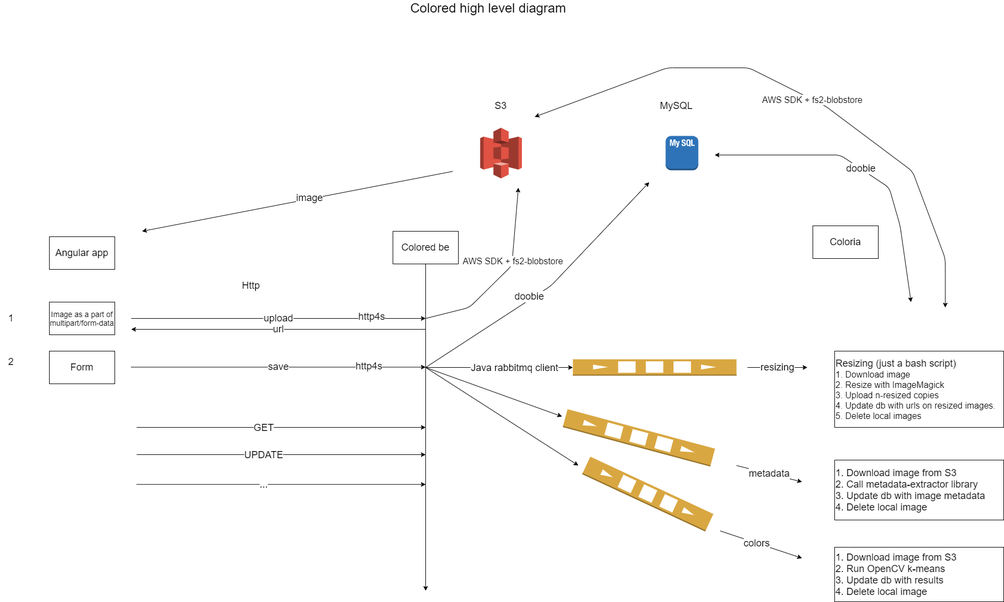
Above: media/ColoredHighLevelOverview.png in col0redby/colored-be (draw.io), before the change. Source tidied: cells renumbered, new cells last; positions are measured from the earlier drawing's top-left corner, leaving out a move shared by most shapes.
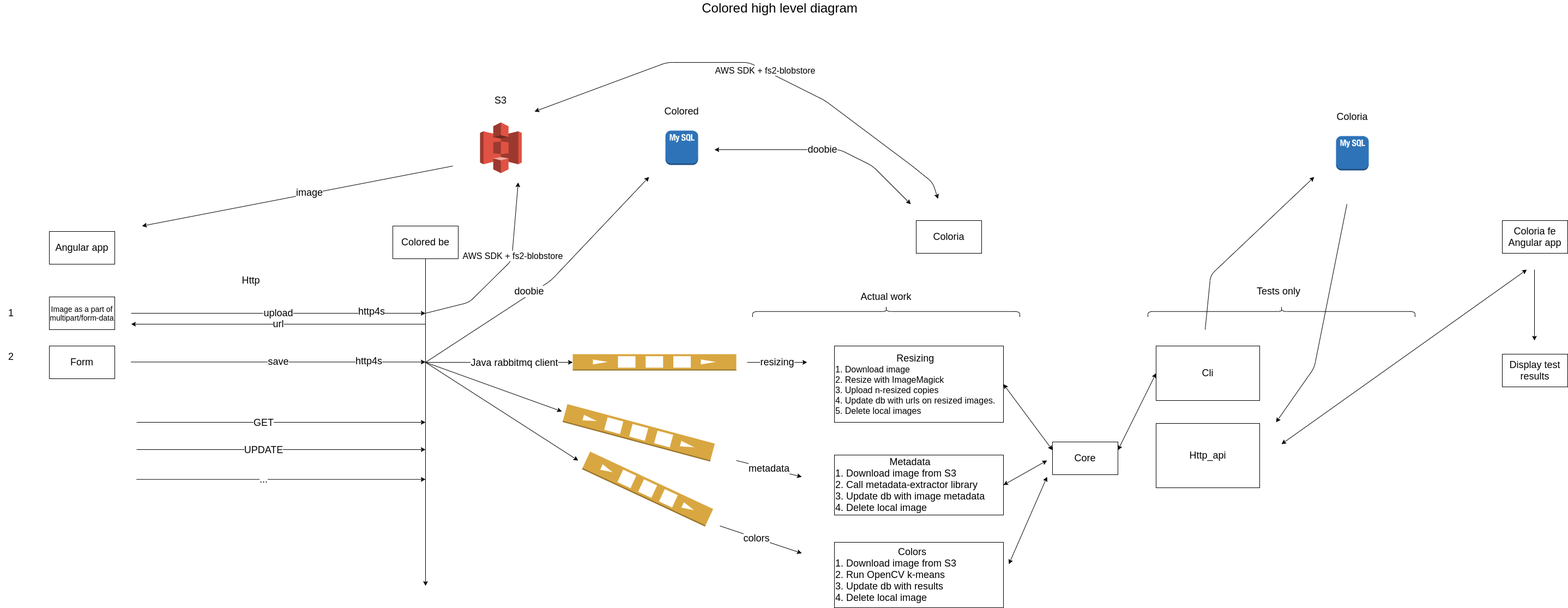
Above is the later version.

What changed in the source:
```diff
@@ -73,8 +73,8 @@
     <mxCell id="18" style="dashed=0;verticalLabelPosition=bottom;verticalAlign=top;align=center;html=1;shape=mxgraph.aws3.mysql_db_instance_2;fillColor=#2E73B8;gradientColor=none;" parent="1" vertex="1">
       <mxGeometry x="1220" y="245" width="60" height="63" as="geometry" />
     </mxCell>
-    <mxCell id="19" value="&lt;font style=&quot;font-size: 18px&quot;&gt;MySQL&lt;/font&gt;" style="text;html=1;strokeColor=none;fillColor=none;align=center;verticalAlign=middle;whiteSpace=wrap;rounded=0;" parent="1" vertex="1">
-      <mxGeometry x="1220" y="180" width="40" height="20" as="geometry" />
+    <mxCell id="19" value="&lt;span style=&quot;font-size: 18px&quot;&gt;Colored&lt;/span&gt;" style="text;html=1;strokeColor=none;fillColor=none;align=center;verticalAlign=middle;whiteSpace=wrap;rounded=0;" parent="1" vertex="1">
+      <mxGeometry x="1230" y="200" width="40" height="20" as="geometry" />
     </mxCell>
     <mxCell id="20" value="&lt;font style=&quot;font-size: 18px&quot;&gt;Form&lt;/font&gt;" style="rounded=0;whiteSpace=wrap;html=1;" parent="1" vertex="1">
       <mxGeometry x="90" y="640" width="120" height="60" as="geometry" />
@@ -92,7 +92,7 @@
       </mxGeometry>
     </mxCell>
     <mxCell id="23" value="&lt;font style=&quot;font-size: 18px&quot;&gt;Coloria&lt;/font&gt;" style="rounded=0;whiteSpace=wrap;html=1;" parent="1" vertex="1">
-      <mxGeometry x="1490" y="410" width="120" height="60" as="geometry" />
+      <mxGeometry x="1680" y="410" width="120" height="60" as="geometry" />
     </mxCell>
     <mxCell id="24" style="endArrow=classic;html=1;entryX=0;entryY=0.5;entryDx=0;entryDy=0;entryPerimeter=0;" parent="1" edge="1" target="26">
       <mxGeometry relative="1" as="geometry">
@@ -130,10 +130,10 @@
     <mxCell id="31" value="&lt;font style=&quot;font-size: 18px&quot;&gt;2&lt;/font&gt;" style="text;html=1;strokeColor=none;fillColor=none;align=center;verticalAlign=middle;whiteSpace=wrap;rounded=0;" parent="1" vertex="1">
       <mxGeometry y="650" width="40" height="20" as="geometry" />
     </mxCell>
-    <mxCell id="32" value="&lt;div&gt;&lt;span&gt;&lt;font style=&quot;font-size: 18px&quot;&gt;Resizing (just a bash script)&lt;/font&gt;&lt;/span&gt;&lt;/div&gt;&lt;div&gt;&lt;span&gt;&lt;font size=&quot;3&quot;&gt;1. Download image&lt;/font&gt;&lt;/span&gt;&lt;/div&gt;&lt;div&gt;&lt;span&gt;&lt;font size=&quot;3&quot;&gt;2. Resize with ImageMagick&lt;/font&gt;&lt;/span&gt;&lt;/div&gt;&lt;div&gt;&lt;span&gt;&lt;font size=&quot;3&quot;&gt;3. Upload n-resized copies&lt;/font&gt;&lt;/span&gt;&lt;/div&gt;&lt;div&gt;&lt;span&gt;&lt;font size=&quot;3&quot;&gt;4. Update db with urls on resized images.&lt;/font&gt;&lt;/span&gt;&lt;/div&gt;&lt;div&gt;&lt;span&gt;&lt;font size=&quot;3&quot;&gt;5. Delete local images&lt;/font&gt;&lt;/span&gt;&lt;/div&gt;" style="rounded=0;whiteSpace=wrap;html=1;align=left;" parent="1" vertex="1">
+    <mxCell id="32" value="&lt;div style=&quot;text-align: center&quot;&gt;&lt;span&gt;&lt;font style=&quot;font-size: 18px&quot;&gt;Resizing&lt;/font&gt;&lt;/span&gt;&lt;/div&gt;&lt;div&gt;&lt;span&gt;&lt;font size=&quot;3&quot;&gt;1. Download image&lt;/font&gt;&lt;/span&gt;&lt;/div&gt;&lt;div&gt;&lt;span&gt;&lt;font size=&quot;3&quot;&gt;2. Resize with ImageMagick&lt;/font&gt;&lt;/span&gt;&lt;/div&gt;&lt;div&gt;&lt;span&gt;&lt;font size=&quot;3&quot;&gt;3. Upload n-resized copies&lt;/font&gt;&lt;/span&gt;&lt;/div&gt;&lt;div&gt;&lt;span&gt;&lt;font size=&quot;3&quot;&gt;4. Update db with urls on resized images.&lt;/font&gt;&lt;/span&gt;&lt;/div&gt;&lt;div&gt;&lt;span&gt;&lt;font size=&quot;3&quot;&gt;5. Delete local images&lt;/font&gt;&lt;/span&gt;&lt;/div&gt;" style="rounded=0;whiteSpace=wrap;html=1;align=left;" parent="1" vertex="1">
       <mxGeometry x="1530" y="640" width="310" height="140" as="geometry" />
     </mxCell>
-    <mxCell id="33" value="&lt;font style=&quot;font-size: 18px&quot;&gt;1. Download image from S3&lt;br&gt;2. Call metadata-extractor library&lt;br&gt;3. Update db with image metadata&lt;br&gt;4. Delete local image&lt;/font&gt;" style="rounded=0;whiteSpace=wrap;html=1;align=left;" parent="1" vertex="1">
+    <mxCell id="33" value="&lt;div style=&quot;text-align: center&quot;&gt;&lt;span style=&quot;font-size: 18px&quot;&gt;Metadata&lt;/span&gt;&lt;/div&gt;&lt;font style=&quot;font-size: 18px&quot;&gt;1. Download image from S3&lt;br&gt;2. Call metadata-extractor library&lt;br&gt;3. Update db with image metadata&lt;br&gt;4. Delete local image&lt;/font&gt;" style="rounded=0;whiteSpace=wrap;html=1;align=left;" parent="1" vertex="1">
       <mxGeometry x="1530" y="840" width="310" height="110" as="geometry" />
     </mxCell>
     <mxCell id="34" style="dashed=0;verticalLabelPosition=bottom;verticalAlign=top;align=center;html=1;shape=mxgraph.aws3.queue;fillColor=#D9A741;gradientColor=none;rotation=15;" parent="1" vertex="1">
@@ -154,15 +154,15 @@
     <mxCell id="37" style="dashed=0;verticalLabelPosition=bottom;verticalAlign=top;align=center;html=1;shape=mxgraph.aws3.queue;fillColor=#D9A741;gradientColor=none;rotation=25;" parent="1" vertex="1">
       <mxGeometry x="1062.8" y="884.7" width="249" height="35.5" as="geometry" />
     </mxCell>
-    <mxCell id="38" value="&lt;div&gt;&lt;span style=&quot;font-size: 18px&quot;&gt;1. Download image from S3&lt;/span&gt;&lt;/div&gt;&lt;font style=&quot;font-size: 18px&quot;&gt;&lt;div&gt;&lt;span&gt;2. Run OpenCV k-means&lt;/span&gt;&lt;/div&gt;&lt;div&gt;&lt;span&gt;3. Update db with results&lt;/span&gt;&lt;/div&gt;&lt;div&gt;&lt;span&gt;4. Delete local image&lt;/span&gt;&lt;/div&gt;&lt;/font&gt;" style="rounded=0;whiteSpace=wrap;html=1;align=left;" parent="1" vertex="1">
-      <mxGeometry x="1530" y="1000" width="310" height="100" as="geometry" />
+    <mxCell id="38" value="&lt;div style=&quot;text-align: center&quot;&gt;&lt;span style=&quot;font-size: 18px&quot;&gt;&amp;nbsp; &amp;nbsp; &amp;nbsp; &amp;nbsp; &amp;nbsp; &amp;nbsp; Colors&lt;/span&gt;&lt;/div&gt;&lt;div&gt;&lt;span style=&quot;font-size: 18px&quot;&gt;1. Download image from S3&lt;/span&gt;&lt;/div&gt;&lt;font style=&quot;font-size: 18px&quot;&gt;&lt;div&gt;&lt;span&gt;2. Run OpenCV k-means&lt;/span&gt;&lt;/div&gt;&lt;div&gt;&lt;span&gt;3. Update db with results&lt;/span&gt;&lt;/div&gt;&lt;div&gt;&lt;span&gt;4. Delete local image&lt;/span&gt;&lt;/div&gt;&lt;/font&gt;" style="rounded=0;whiteSpace=wrap;html=1;align=left;" parent="1" vertex="1">
+      <mxGeometry x="1530" y="1000" width="310" height="120" as="geometry" />
     </mxCell>
     <mxCell id="39" style="endArrow=classic;startArrow=classic;html=1;" parent="1" edge="1">
       <mxGeometry relative="1" as="geometry">
-        <mxPoint x="1732.8" y="560" as="sourcePoint" />
+        <mxPoint x="1720" y="370" as="sourcePoint" />
         <mxPoint x="980" y="210" as="targetPoint" />
         <Array as="points">
-          <mxPoint x="1732.8" y="470" />
+          <mxPoint x="1710" y="340" />
           <mxPoint x="1672.8" y="310" />
           <mxPoint x="1512.8" y="190" />
           <mxPoint x="1372.8" y="120" />
@@ -175,11 +175,10 @@
     </mxCell>
     <mxCell id="41" value="&lt;font style=&quot;font-size: 18px&quot;&gt;doobie&lt;/font&gt;" style="endArrow=classic;startArrow=classic;html=1;" parent="1" edge="1">
       <mxGeometry relative="1" as="geometry">
-        <mxPoint x="1670" y="550" as="sourcePoint" />
+        <mxPoint x="1670" y="380" as="sourcePoint" />
         <mxPoint x="1310" y="280" as="targetPoint" />
         <Array as="points">
-          <mxPoint x="1650" y="410" />
-          <mxPoint x="1630" y="340" />
+          <mxPoint x="1600" y="310" />
           <mxPoint x="1540" y="280" />
         </Array>
       </mxGeometry>
@@ -212,7 +211,7 @@
       <mxGeometry x="-0.13" relative="1" as="geometry" />
     </mxCell>
     <mxCell id="48" value="&lt;font style=&quot;font-size: 24px&quot;&gt;Colored high level diagram&lt;/font&gt;" style="text;html=1;strokeColor=none;fillColor=none;align=center;verticalAlign=middle;whiteSpace=wrap;rounded=0;" parent="1" vertex="1">
-      <mxGeometry x="675" width="440" height="20" as="geometry" />
+      <mxGeometry x="1210" y="10" width="440" height="20" as="geometry" />
     </mxCell>
     <mxCell id="49" value="&lt;font style=&quot;font-size: 18px&quot;&gt;url&lt;/font&gt;" style="endArrow=classic;html=1;" parent="1" edge="1">
       <mxGeometry relative="1" as="geometry">
@@ -220,5 +219,85 @@
         <mxPoint x="240" y="600" as="targetPoint" />
       </mxGeometry>
     </mxCell>
+    <mxCell id="50" value="&lt;font style=&quot;font-size: 18px&quot;&gt;Coloria fe&lt;br&gt;Angular app&lt;br&gt;&lt;/font&gt;" style="rounded=0;whiteSpace=wrap;html=1;" parent="1" vertex="1">
+      <mxGeometry x="2755" y="410" width="120" height="60" as="geometry" />
+    </mxCell>
+    <mxCell id="51" value="&lt;font style=&quot;font-size: 18px&quot;&gt;Cli&lt;/font&gt;" style="rounded=0;whiteSpace=wrap;html=1;" parent="1" vertex="1">
+      <mxGeometry x="2120" y="640" width="190" height="100" as="geometry" />
+    </mxCell>
+    <mxCell id="52" style="shape=curlyBracket;whiteSpace=wrap;html=1;rounded=1;rotation=90;" parent="1" vertex="1">
+      <mxGeometry x="1615" y="331.8" width="20" height="490" as="geometry" />
+    </mxCell>
+    <mxCell id="53" style="shape=curlyBracket;whiteSpace=wrap;html=1;rounded=1;rotation=90;" parent="1" vertex="1">
+      <mxGeometry x="2340" y="331.8" width="20" height="490" as="geometry" />
+    </mxCell>
+    <mxCell id="54" style="dashed=0;verticalLabelPosition=bottom;verticalAlign=top;align=center;html=1;shape=mxgraph.aws3.mysql_db_instance_2;fillColor=#2E73B8;gradientColor=none;" parent="1" vertex="1">
+      <mxGeometry x="2450" y="255" width="60" height="63" as="geometry" />
+    </mxCell>
+    <mxCell id="55" value="&lt;span style=&quot;font-size: 18px&quot;&gt;Coloria&lt;/span&gt;" style="text;html=1;strokeColor=none;fillColor=none;align=center;verticalAlign=middle;whiteSpace=wrap;rounded=0;" parent="1" vertex="1">
+      <mxGeometry x="2460" y="210" width="40" height="20" as="geometry" />
+    </mxCell>
+    <mxCell id="56" value="&lt;font style=&quot;font-size: 18px&quot;&gt;Tests only&lt;/font&gt;" style="text;html=1;strokeColor=none;fillColor=none;align=center;verticalAlign=middle;whiteSpace=wrap;rounded=0;" parent="1" vertex="1">
+      <mxGeometry x="2290" y="530" width="110" height="20" as="geometry" />
+    </mxCell>
+    <mxCell id="57" style="endArrow=classic;html=1;" parent="1" edge="1">
+      <mxGeometry relative="1" as="geometry">
+        <mxPoint x="2210" y="610" as="sourcePoint" />
+        <mxPoint x="2410" y="330" as="targetPoint" />
+        <Array as="points">
+          <mxPoint x="2220" y="510" />
+        </Array>
+      </mxGeometry>
+    </mxCell>
+    <mxCell id="58" value="&lt;font style=&quot;font-size: 18px&quot;&gt;Http_api&lt;/font&gt;" style="rounded=0;whiteSpace=wrap;html=1;" parent="1" vertex="1">
+      <mxGeometry x="2120" y="782" width="190" height="118" as="geometry" />
+    </mxCell>
+    <mxCell id="59" style="endArrow=classic;html=1;" parent="1" edge="1">
+      <mxGeometry relative="1" as="geometry">
+        <mxPoint x="2470" y="380" as="sourcePoint" />
+        <mxPoint x="2340" y="780" as="targetPoint" />
+        <Array as="points">
+          <mxPoint x="2410" y="680" />
+        </Array>
+      </mxGeometry>
+    </mxCell>
+    <mxCell id="60" style="endArrow=classic;startArrow=classic;html=1;" parent="1" edge="1">
+      <mxGeometry relative="1" as="geometry">
+        <mxPoint x="2350" y="820" as="sourcePoint" />
+        <mxPoint x="2800" y="500" as="targetPoint" />
+      </mxGeometry>
+    </mxCell>
+    <mxCell id="61" style="endArrow=classic;html=1;" parent="1" edge="1">
+      <mxGeometry relative="1" as="geometry">
+        <mxPoint x="2814" y="500" as="sourcePoint" />
+        <mxPoint x="2814" y="630" as="targetPoint" />
+      </mxGeometry>
+    </mxCell>
+    <mxCell id="62" value="&lt;font style=&quot;font-size: 18px&quot;&gt;Display test results&lt;/font&gt;" style="rounded=0;whiteSpace=wrap;html=1;" parent="1" vertex="1">
+      <mxGeometry x="2755" y="655" width="120" height="60" as="geometry" />
+    </mxCell>
+    <mxCell id="63" value="&lt;font style=&quot;font-size: 18px&quot;&gt;Actual work&lt;/font&gt;" style="text;html=1;strokeColor=none;fillColor=none;align=center;verticalAlign=middle;whiteSpace=wrap;rounded=0;" parent="1" vertex="1">
+      <mxGeometry x="1550" y="540" width="150" height="20" as="geometry" />
+    </mxCell>
+    <mxCell id="64" value="&lt;font style=&quot;font-size: 18px&quot;&gt;Core&lt;/font&gt;" style="rounded=0;whiteSpace=wrap;html=1;" parent="1" vertex="1">
+      <mxGeometry x="1930" y="816" width="120" height="60" as="geometry" />
+    </mxCell>
+    <mxCell id="65" style="endArrow=classic;startArrow=classic;html=1;exitX=1;exitY=0.5;exitDx=0;exitDy=0;entryX=0;entryY=0.25;entryDx=0;entryDy=0;" parent="1" edge="1" source="32" target="64">
+      <mxGeometry relative="1" as="geometry" />
+    </mxCell>
+    <mxCell id="66" style="endArrow=classic;startArrow=classic;html=1;exitX=1;exitY=0.5;exitDx=0;exitDy=0;" parent="1" edge="1" source="33">
+      <mxGeometry relative="1" as="geometry">
+        <mxPoint x="1920" y="850" as="targetPoint" />
+      </mxGeometry>
+    </mxCell>
+    <mxCell id="67" style="endArrow=classic;startArrow=classic;html=1;" parent="1" edge="1">
+      <mxGeometry relative="1" as="geometry">
+        <mxPoint x="1850" y="1040" as="sourcePoint" />
+        <mxPoint x="1920" y="880" as="targetPoint" />
+      </mxGeometry>
+    </mxCell>
+    <mxCell id="68" style="endArrow=classic;startArrow=classic;html=1;exitX=1;exitY=0.25;exitDx=0;exitDy=0;entryX=0;entryY=0.5;entryDx=0;entryDy=0;" parent="1" edge="1" source="64" target="51">
+      <mxGeometry relative="1" as="geometry" />
+    </mxCell>
   </root>
 </mxGraphModel>
```
